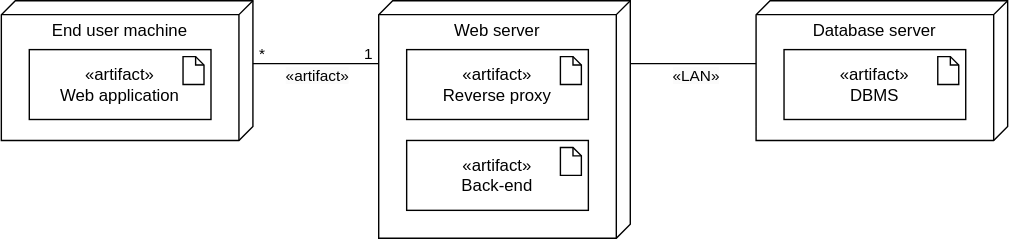
Before: src/assets/deployment-light.svg, a diagram exported from draw.io (dnhansen/livinglab-docs). Source tidied: cells renumbered, new cells last; positions are measured from the earlier drawing's top-left corner, leaving out a move shared by most shapes.
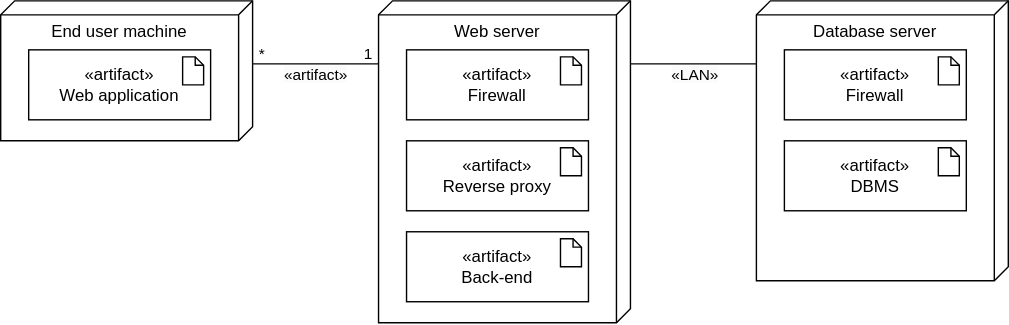
The same diagram one commit later.

What changed in the source:
```diff
@@ -6,10 +6,10 @@
       <mxGeometry width="180" height="100" as="geometry" />
     </mxCell>
     <mxCell id="3" value="Web server" style="verticalAlign=top;align=center;spacingTop=8;spacingLeft=2;spacingRight=12;shape=cube;size=10;direction=south;fontStyle=0;html=1;whiteSpace=wrap;" parent="1" vertex="1">
-      <mxGeometry x="270" width="180" height="170" as="geometry" />
+      <mxGeometry x="270" width="180" height="230" as="geometry" />
     </mxCell>
     <mxCell id="4" value="Database server" style="verticalAlign=top;align=center;spacingTop=8;spacingLeft=2;spacingRight=12;shape=cube;size=10;direction=south;fontStyle=0;html=1;whiteSpace=wrap;" parent="1" vertex="1">
-      <mxGeometry x="540" width="180" height="100" as="geometry" />
+      <mxGeometry x="540" width="180" height="200" as="geometry" />
     </mxCell>
     <mxCell id="5" value="«artifact»&lt;br&gt;Web application" style="html=1;whiteSpace=wrap;" parent="1" vertex="1">
       <mxGeometry x="20" y="35" width="130" height="50" as="geometry" />
@@ -18,18 +18,18 @@
       <mxGeometry x="130" y="40" width="15" height="20" as="geometry" />
     </mxCell>
     <mxCell id="7" value="«artifact»&lt;br&gt;Reverse proxy" style="html=1;whiteSpace=wrap;" parent="1" vertex="1">
-      <mxGeometry x="290" y="35" width="130" height="50" as="geometry" />
+      <mxGeometry x="290" y="100" width="130" height="50" as="geometry" />
     </mxCell>
     <mxCell id="8" style="shape=note2;boundedLbl=1;whiteSpace=wrap;html=1;size=6;verticalAlign=top;align=center;" parent="1" vertex="1">
-      <mxGeometry x="400" y="40" width="15" height="20" as="geometry" />
+      <mxGeometry x="400" y="105" width="15" height="20" as="geometry" />
     </mxCell>
     <mxCell id="9" value="«artifact»&lt;br&gt;Back-end" style="html=1;whiteSpace=wrap;" parent="1" vertex="1">
-      <mxGeometry x="290" y="100" width="130" height="50" as="geometry" />
+      <mxGeometry x="290" y="165" width="130" height="50" as="geometry" />
     </mxCell>
     <mxCell id="10" style="shape=note2;boundedLbl=1;whiteSpace=wrap;html=1;size=6;verticalAlign=top;align=center;" parent="1" vertex="1">
-      <mxGeometry x="400" y="105" width="15" height="20" as="geometry" />
+      <mxGeometry x="400" y="170" width="15" height="20" as="geometry" />
     </mxCell>
-    <mxCell id="11" value="«artifact»&lt;br&gt;DBMS" style="html=1;whiteSpace=wrap;" parent="1" vertex="1">
+    <mxCell id="11" value="«artifact»&lt;br&gt;Firewall" style="html=1;whiteSpace=wrap;" parent="1" vertex="1">
       <mxGeometry x="560" y="35" width="130" height="50" as="geometry" />
     </mxCell>
     <mxCell id="12" style="shape=note2;boundedLbl=1;whiteSpace=wrap;html=1;size=6;verticalAlign=top;align=center;" parent="1" vertex="1">
@@ -62,5 +62,17 @@
     <mxCell id="18" value="*" style="text;html=1;align=center;verticalAlign=middle;whiteSpace=wrap;rounded=0;fontSize=11;" parent="1" vertex="1">
       <mxGeometry x="182" y="30" width="10" height="15" as="geometry" />
     </mxCell>
+    <mxCell id="19" value="«artifact»&lt;br&gt;Firewall" style="html=1;whiteSpace=wrap;" parent="1" vertex="1">
+      <mxGeometry x="290" y="35" width="130" height="50" as="geometry" />
+    </mxCell>
+    <mxCell id="20" style="shape=note2;boundedLbl=1;whiteSpace=wrap;html=1;size=6;verticalAlign=top;align=center;" parent="1" vertex="1">
+      <mxGeometry x="400" y="40" width="15" height="20" as="geometry" />
+    </mxCell>
+    <mxCell id="21" value="«artifact»&lt;br&gt;DBMS" style="html=1;whiteSpace=wrap;" parent="1" vertex="1">
+      <mxGeometry x="560" y="100" width="130" height="50" as="geometry" />
+    </mxCell>
+    <mxCell id="22" style="shape=note2;boundedLbl=1;whiteSpace=wrap;html=1;size=6;verticalAlign=top;align=center;" parent="1" vertex="1">
+      <mxGeometry x="670" y="105" width="15" height="20" as="geometry" />
+    </mxCell>
   </root>
 </mxGraphModel>
```
